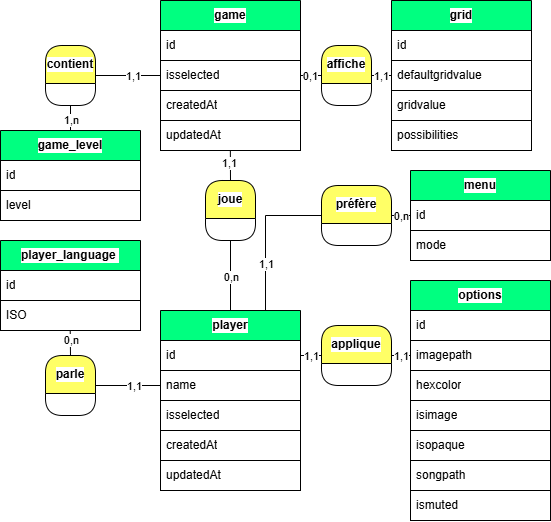
Earlier version of the draw.io export .myresources/design_and_modeling/merise/MCD.drawio.png (Lob2018/SudokuFX). Source tidied: cells renumbered, new cells last; positions are measured from the earlier drawing's top-left corner, leaving out a move shared by most shapes.
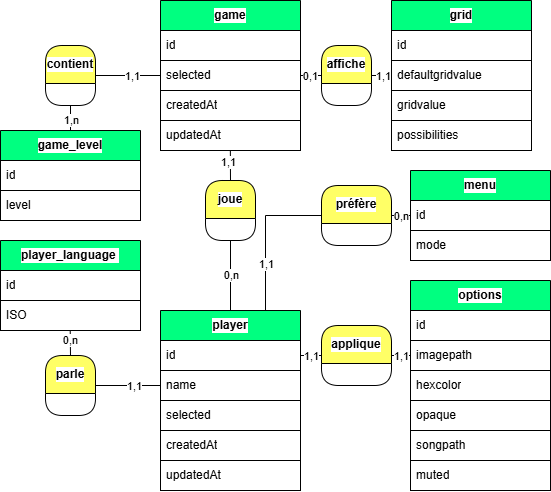
Later version of the same file.

The edit, as a diff of the source:
```diff
@@ -11,7 +11,7 @@
     <mxCell id="4" value="name" style="text;strokeColor=#000000;fillColor=#FFFFFF;align=left;verticalAlign=middle;spacingLeft=4;spacingRight=4;overflow=hidden;points=[[0,0.5],[1,0.5]];portConstraint=eastwest;whiteSpace=wrap;html=1;fontColor=#000000;labelBorderColor=none;swimlaneFillColor=none;gradientColor=none;labelBackgroundColor=#FFFFFF;" parent="2" vertex="1">
       <mxGeometry y="60" width="140" height="30" as="geometry" />
     </mxCell>
-    <mxCell id="5" value="isselected" style="text;strokeColor=#000000;fillColor=#FFFFFF;align=left;verticalAlign=middle;spacingLeft=4;spacingRight=4;overflow=hidden;whiteSpace=wrap;html=1;fontColor=#000000;labelBorderColor=none;swimlaneFillColor=none;gradientColor=none;labelBackgroundColor=#FFFFFF;" parent="2" vertex="1">
+    <mxCell id="5" value="selected" style="text;strokeColor=#000000;fillColor=#FFFFFF;align=left;verticalAlign=middle;spacingLeft=4;spacingRight=4;overflow=hidden;whiteSpace=wrap;html=1;fontColor=#000000;labelBorderColor=none;swimlaneFillColor=none;gradientColor=none;labelBackgroundColor=#FFFFFF;" parent="2" vertex="1">
       <mxGeometry y="90" width="140" height="30" as="geometry" />
     </mxCell>
     <mxCell id="6" value="createdAt" style="text;strokeColor=#000000;fillColor=#FFFFFF;align=left;verticalAlign=middle;spacingLeft=4;spacingRight=4;overflow=hidden;whiteSpace=wrap;html=1;fontColor=#000000;labelBorderColor=none;swimlaneFillColor=none;gradientColor=none;labelBackgroundColor=#FFFFFF;" parent="2" vertex="1">
@@ -26,7 +26,7 @@
     <mxCell id="9" value="id" style="text;strokeColor=#000000;fillColor=#FFFFFF;align=left;verticalAlign=middle;spacingLeft=4;spacingRight=4;overflow=hidden;whiteSpace=wrap;html=1;fontColor=#000000;labelBorderColor=none;swimlaneFillColor=none;gradientColor=none;labelBackgroundColor=#FFFFFF;" parent="8" vertex="1">
       <mxGeometry y="30" width="140" height="30" as="geometry" />
     </mxCell>
-    <mxCell id="10" value="isselected" style="text;strokeColor=#000000;fillColor=#FFFFFF;align=left;verticalAlign=middle;spacingLeft=4;spacingRight=4;overflow=hidden;points=[[0,0.5],[1,0.5]];portConstraint=eastwest;whiteSpace=wrap;html=1;fontColor=#000000;labelBorderColor=none;swimlaneFillColor=none;gradientColor=none;labelBackgroundColor=#FFFFFF;" parent="8" vertex="1">
+    <mxCell id="10" value="selected" style="text;strokeColor=#000000;fillColor=#FFFFFF;align=left;verticalAlign=middle;spacingLeft=4;spacingRight=4;overflow=hidden;points=[[0,0.5],[1,0.5]];portConstraint=eastwest;whiteSpace=wrap;html=1;fontColor=#000000;labelBorderColor=none;swimlaneFillColor=none;gradientColor=none;labelBackgroundColor=#FFFFFF;" parent="8" vertex="1">
       <mxGeometry y="60" width="140" height="30" as="geometry" />
     </mxCell>
     <mxCell id="11" value="createdAt" style="text;strokeColor=#000000;fillColor=#FFFFFF;align=left;verticalAlign=middle;spacingLeft=4;spacingRight=4;overflow=hidden;whiteSpace=wrap;html=1;fontColor=#000000;labelBorderColor=none;swimlaneFillColor=none;gradientColor=none;labelBackgroundColor=#FFFFFF;" parent="8" vertex="1">
@@ -115,7 +115,7 @@
       </mxGeometry>
     </mxCell>
     <mxCell id="36" value="options" style="swimlane;fontStyle=1;horizontal=1;startSize=30;whiteSpace=wrap;html=1;swimlaneLine=1;fontColor=#000000;labelBorderColor=none;strokeColor=#000000;fillColor=#00FF80;swimlaneFillColor=none;gradientColor=none;labelBackgroundColor=#FFFFFF;" parent="1" vertex="1">
-      <mxGeometry x="410" y="280" width="140" height="240" as="geometry" />
+      <mxGeometry x="410" y="280" width="140" height="210" as="geometry" />
     </mxCell>
     <mxCell id="37" value="id" style="text;strokeColor=#000000;fillColor=#FFFFFF;align=left;verticalAlign=middle;spacingLeft=4;spacingRight=4;overflow=hidden;whiteSpace=wrap;html=1;fontColor=#000000;labelBorderColor=none;swimlaneFillColor=none;gradientColor=none;labelBackgroundColor=#FFFFFF;" parent="36" vertex="1">
       <mxGeometry y="30" width="140" height="30" as="geometry" />
@@ -126,17 +126,14 @@
     <mxCell id="39" value="hexcolor" style="text;strokeColor=#000000;fillColor=#FFFFFF;align=left;verticalAlign=middle;spacingLeft=4;spacingRight=4;overflow=hidden;whiteSpace=wrap;html=1;fontColor=#000000;labelBorderColor=none;swimlaneFillColor=none;gradientColor=none;labelBackgroundColor=#FFFFFF;" parent="36" vertex="1">
       <mxGeometry y="90" width="140" height="30" as="geometry" />
     </mxCell>
-    <mxCell id="40" value="isimage" style="text;strokeColor=#000000;fillColor=#FFFFFF;align=left;verticalAlign=middle;spacingLeft=4;spacingRight=4;overflow=hidden;whiteSpace=wrap;html=1;fontColor=#000000;labelBorderColor=none;swimlaneFillColor=none;gradientColor=none;labelBackgroundColor=#FFFFFF;" parent="36" vertex="1">
-      <mxGeometry y="120" width="140" height="30" as="geometry" />
-    </mxCell>
-    <mxCell id="41" value="isopaque" style="text;strokeColor=#000000;fillColor=#FFFFFF;align=left;verticalAlign=middle;spacingLeft=4;spacingRight=4;overflow=hidden;whiteSpace=wrap;html=1;fontColor=#000000;labelBorderColor=none;swimlaneFillColor=none;gradientColor=none;labelBackgroundColor=#FFFFFF;" parent="36" vertex="1">
-      <mxGeometry y="150" width="140" height="30" as="geometry" />
+    <mxCell id="41" value="opaque" style="text;strokeColor=#000000;fillColor=#FFFFFF;align=left;verticalAlign=middle;spacingLeft=4;spacingRight=4;overflow=hidden;whiteSpace=wrap;html=1;fontColor=#000000;labelBorderColor=none;swimlaneFillColor=none;gradientColor=none;labelBackgroundColor=#FFFFFF;" parent="36" vertex="1">
+      <mxGeometry y="120" width="140" height="30" as="geometry" />
     </mxCell>
     <mxCell id="42" value="songpath" style="text;strokeColor=#000000;fillColor=#FFFFFF;align=left;verticalAlign=middle;spacingLeft=4;spacingRight=4;overflow=hidden;whiteSpace=wrap;html=1;fontColor=#000000;labelBorderColor=none;swimlaneFillColor=none;gradientColor=none;labelBackgroundColor=#FFFFFF;" parent="36" vertex="1">
-      <mxGeometry y="180" width="140" height="30" as="geometry" />
+      <mxGeometry y="150" width="140" height="30" as="geometry" />
     </mxCell>
-    <mxCell id="43" value="ismuted" style="text;strokeColor=#000000;fillColor=#FFFFFF;align=left;verticalAlign=middle;spacingLeft=4;spacingRight=4;overflow=hidden;whiteSpace=wrap;html=1;fontColor=#000000;labelBorderColor=none;swimlaneFillColor=none;gradientColor=none;labelBackgroundColor=#FFFFFF;" parent="36" vertex="1">
-      <mxGeometry y="210" width="140" height="30" as="geometry" />
+    <mxCell id="43" value="muted" style="text;strokeColor=#000000;fillColor=#FFFFFF;align=left;verticalAlign=middle;spacingLeft=4;spacingRight=4;overflow=hidden;whiteSpace=wrap;html=1;fontColor=#000000;labelBorderColor=none;swimlaneFillColor=none;gradientColor=none;labelBackgroundColor=#FFFFFF;" parent="36" vertex="1">
+      <mxGeometry y="180" width="140" height="30" as="geometry" />
     </mxCell>
     <mxCell id="44" value="applique" style="swimlane;fontStyle=1;horizontal=1;startSize=38;whiteSpace=wrap;html=1;swimlaneLine=1;rounded=1;fontColor=#000000;labelBorderColor=none;strokeColor=#000000;fillColor=#FFFF66;swimlaneFillColor=none;gradientColor=none;labelBackgroundColor=#FFFFFF;" parent="1" vertex="1">
       <mxGeometry x="321" y="325" width="70" height="60" as="geometry" />
```
